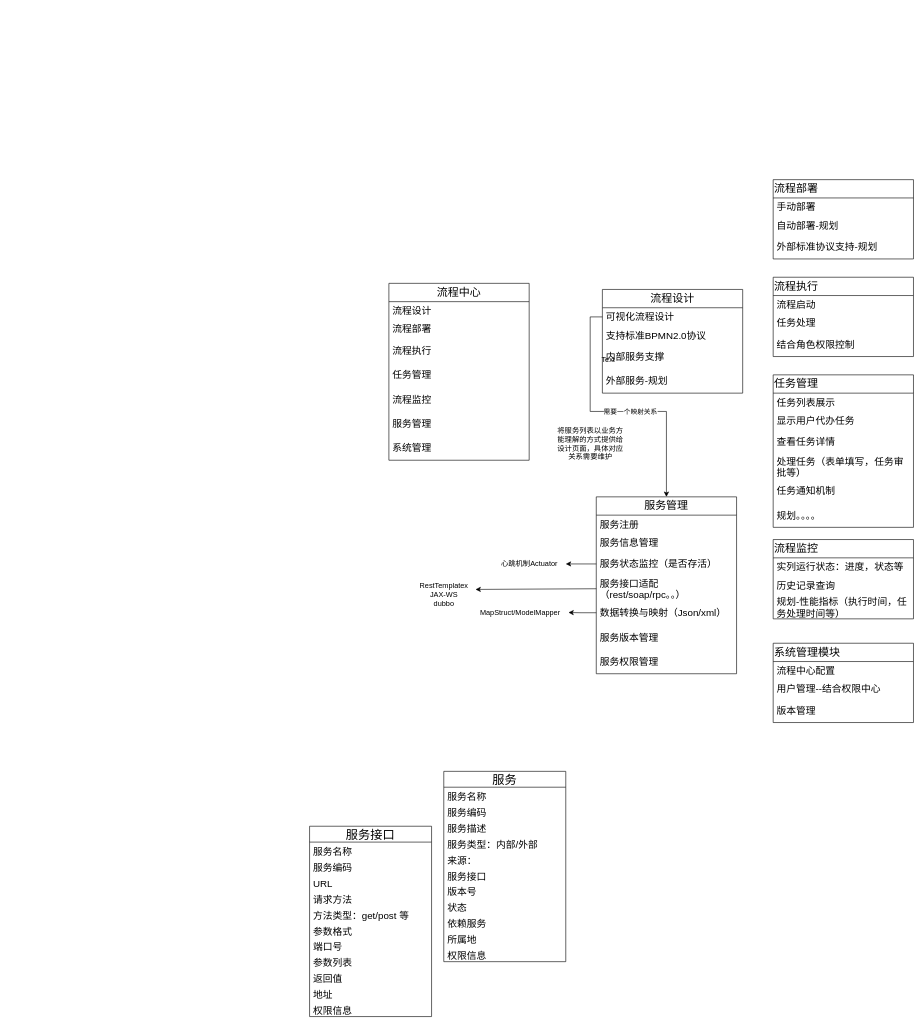
alvin-zj/MyUml keeps this draw.io diagram as 未命名绘图.drawio. Above is the earlier version. Source tidied: cells renumbered, new cells numbered last; positions are measured from the earlier drawing's top-left corner, leaving out a move shared by most shapes. Both pictures are drawn from the tidied source at 61%, with x=0, y=0 at pixel (309, 179).
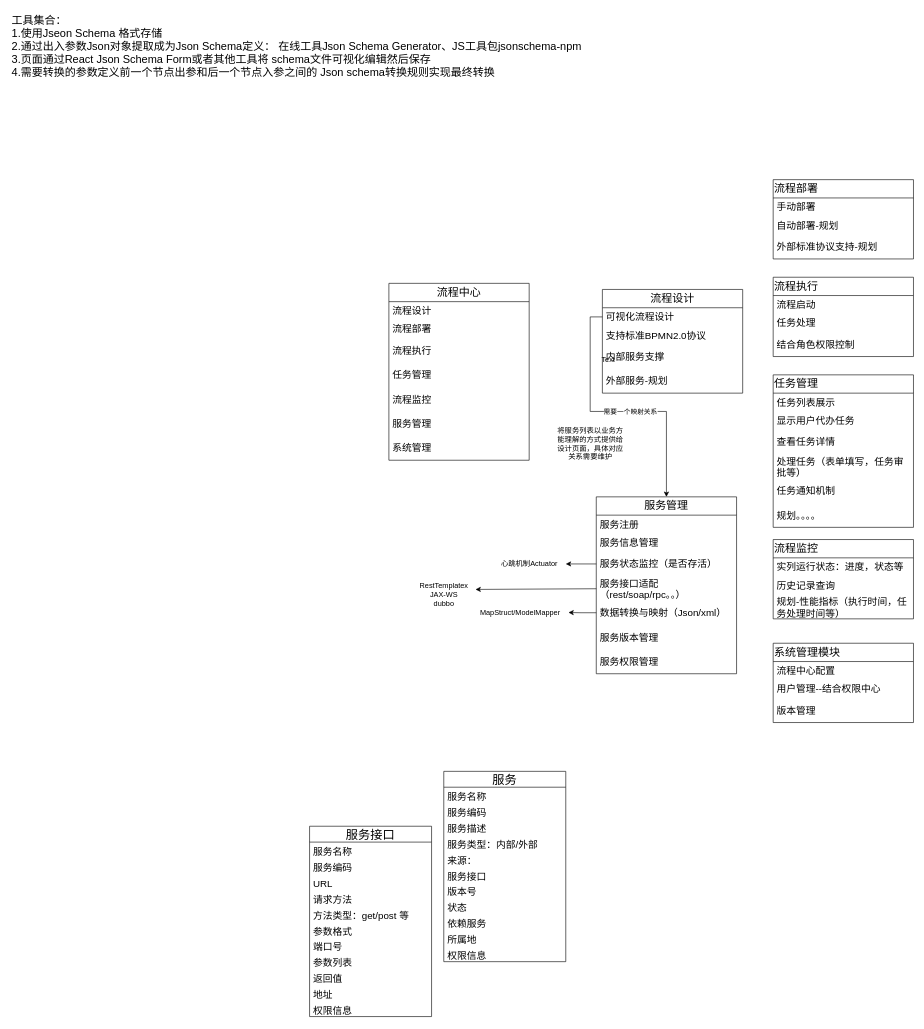
The same diagram, later.

Commit message:
更新未命名绘图.drawio

What changed in the source:
```diff
@@
+    <mxCell id="80" value="&lt;font&gt;工具集合：&lt;br&gt;&lt;/font&gt;1.使用Jseon Schema 格式存储&lt;div style=&quot;&quot;&gt;2.通过出入参数Json对象提取成为Json Schema定义： 在线工具Json Schema Generator、JS工具包jsonschema-npm&lt;/div&gt;&lt;div&gt;3.页面通过React Json Schema Form或者其他工具将 schema文件可视化编辑然后保存&lt;/div&gt;&lt;div&gt;4.需要转换的参数定义前一个节点出参和后一个节点入参之间的 Json schema转换规则实现最终转换&lt;/div&gt;&lt;div&gt;&lt;br&gt;&lt;/div&gt;" style="text;html=1;align=left;verticalAlign=middle;strokeColor=none;fillColor=none;fontSize=18;" parent="1" vertex="1">
+      <mxGeometry x="-490" y="-277" width="960" height="140" as="geometry" />
+    </mxCell>
```
